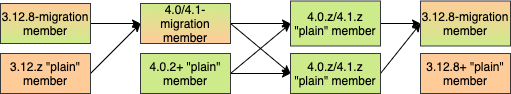
hazelcast/hazelcast-reference-manual keeps this draw.io diagram as src/docs/asciidoc/images/migration-scenario4.png. Above is the earlier version. Source tidied: cells renumbered, new cells last; positions are measured from the earlier drawing's top-left corner, leaving out a move shared by most shapes. The source it was exported from:
```xml
<mxGraphModel>
  <root>
    <mxCell id="0" />
    <mxCell id="1" parent="0" />
    <mxCell id="2" style="edgeStyle=none;rounded=0;jettySize=auto;html=1;exitX=1;exitY=0.5;exitDx=0;exitDy=0;entryX=0;entryY=0.5;entryDx=0;entryDy=0;startArrow=none;startFill=0;" parent="1" edge="1" source="4" target="13">
      <mxGeometry relative="1" as="geometry" />
    </mxCell>
    <mxCell id="3" style="edgeStyle=none;rounded=0;jettySize=auto;html=1;exitX=1;exitY=0.5;exitDx=0;exitDy=0;entryX=0;entryY=0.5;entryDx=0;entryDy=0;startArrow=none;startFill=0;" parent="1" edge="1" source="4" target="15">
      <mxGeometry relative="1" as="geometry" />
    </mxCell>
    <mxCell id="4" value="4.0/4.1-migration member" style="rounded=0;whiteSpace=wrap;html=1;fillColor=#cdeb8b;strokeColor=#36393d;shadow=0;glass=0;comic=0;gradientColor=#FFCC99;" parent="1" vertex="1">
      <mxGeometry x="140" y="2" width="90" height="40" as="geometry" />
    </mxCell>
    <mxCell id="5" style="edgeStyle=none;rounded=0;jettySize=auto;html=1;exitX=1;exitY=0.5;exitDx=0;exitDy=0;entryX=0;entryY=0.5;entryDx=0;entryDy=0;startArrow=none;startFill=0;" parent="1" edge="1" source="6" target="4">
      <mxGeometry relative="1" as="geometry" />
    </mxCell>
    <mxCell id="6" value="3.12.8-migration member" style="rounded=0;whiteSpace=wrap;html=1;fillColor=#ffcc99;strokeColor=#36393d;gradientColor=#CDEB8B;" parent="1" vertex="1">
      <mxGeometry y="2" width="90" height="40" as="geometry" />
    </mxCell>
    <mxCell id="7" style="edgeStyle=none;rounded=0;jettySize=auto;html=1;exitX=1;exitY=0.5;exitDx=0;exitDy=0;entryX=0;entryY=0.5;entryDx=0;entryDy=0;startArrow=none;startFill=0;" parent="1" edge="1" source="9" target="13">
      <mxGeometry relative="1" as="geometry" />
    </mxCell>
    <mxCell id="8" style="edgeStyle=none;rounded=0;jettySize=auto;html=1;exitX=1;exitY=0.5;exitDx=0;exitDy=0;startArrow=none;startFill=0;" parent="1" edge="1" source="9" target="15">
      <mxGeometry relative="1" as="geometry" />
    </mxCell>
    <mxCell id="9" value="4.0.2+ &quot;plain&quot; member" style="rounded=0;whiteSpace=wrap;html=1;fillColor=#cdeb8b;strokeColor=#36393d;shadow=0;glass=0;comic=0;gradientColor=none;" parent="1" vertex="1">
      <mxGeometry x="140" y="52" width="90" height="40" as="geometry" />
    </mxCell>
    <mxCell id="10" style="edgeStyle=none;rounded=0;jettySize=auto;html=1;exitX=1;exitY=0.5;exitDx=0;exitDy=0;entryX=0;entryY=0.5;entryDx=0;entryDy=0;startArrow=none;startFill=0;" parent="1" edge="1" source="11" target="4">
      <mxGeometry relative="1" as="geometry" />
    </mxCell>
    <mxCell id="11" value="3.12.z &quot;plain&quot; member" style="rounded=0;whiteSpace=wrap;html=1;fillColor=#ffcc99;strokeColor=#36393d;gradientColor=none;" parent="1" vertex="1">
      <mxGeometry y="52" width="90" height="40" as="geometry" />
    </mxCell>
    <mxCell id="12" style="edgeStyle=none;rounded=0;jettySize=auto;html=1;exitX=1;exitY=0.5;exitDx=0;exitDy=0;entryX=0;entryY=0.5;entryDx=0;entryDy=0;" parent="1" edge="1" source="13" target="17">
      <mxGeometry relative="1" as="geometry" />
    </mxCell>
    <mxCell id="13" value="4.0.z/4.1.z &quot;plain&quot; member" style="rounded=0;whiteSpace=wrap;html=1;fillColor=#cdeb8b;strokeColor=#36393d;shadow=0;glass=0;comic=0;gradientColor=none;" parent="1" vertex="1">
      <mxGeometry x="290" y="-0.5" width="90" height="45" as="geometry" />
    </mxCell>
    <mxCell id="14" style="edgeStyle=none;rounded=0;jettySize=auto;html=1;exitX=1;exitY=0.5;exitDx=0;exitDy=0;entryX=0;entryY=0.5;entryDx=0;entryDy=0;startArrow=none;startFill=0;" parent="1" edge="1" source="15" target="17">
      <mxGeometry relative="1" as="geometry" />
    </mxCell>
    <mxCell id="15" value="4.0.z/4.1.z &quot;plain&quot; member" style="rounded=0;whiteSpace=wrap;html=1;fillColor=#cdeb8b;strokeColor=#36393d;shadow=0;glass=0;comic=0;gradientColor=none;" parent="1" vertex="1">
      <mxGeometry x="290" y="52" width="90" height="40" as="geometry" />
    </mxCell>
    <mxCell id="16" value="3.12.8+ &quot;plain&quot; member" style="rounded=0;whiteSpace=wrap;html=1;fillColor=#ffcc99;strokeColor=#36393d;gradientColor=none;" parent="1" vertex="1">
      <mxGeometry x="420" y="52" width="90" height="40" as="geometry" />
    </mxCell>
    <mxCell id="17" value="3.12.8-migration member" style="rounded=0;whiteSpace=wrap;html=1;fillColor=#ffcc99;strokeColor=#36393d;gradientColor=#CDEB8B;" parent="1" vertex="1">
      <mxGeometry x="420" y="-0.5" width="90" height="45" as="geometry" />
    </mxCell>
  </root>
</mxGraphModel>
```
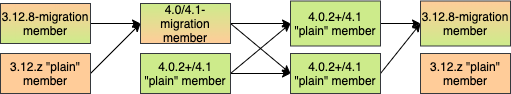
After the commit.

Commit message:
Minor changes on restrictions of migration tool

Diff of the diagram source:
```diff
@@ -23,7 +23,7 @@
     <mxCell id="8" style="edgeStyle=none;rounded=0;jettySize=auto;html=1;exitX=1;exitY=0.5;exitDx=0;exitDy=0;startArrow=none;startFill=0;" parent="1" edge="1" source="9" target="15">
       <mxGeometry relative="1" as="geometry" />
     </mxCell>
-    <mxCell id="9" value="4.0.2+ &quot;plain&quot; member" style="rounded=0;whiteSpace=wrap;html=1;fillColor=#cdeb8b;strokeColor=#36393d;shadow=0;glass=0;comic=0;gradientColor=none;" parent="1" vertex="1">
+    <mxCell id="9" value="4.0.2+/4.1 &quot;plain&quot; member" style="rounded=0;whiteSpace=wrap;html=1;fillColor=#cdeb8b;strokeColor=#36393d;shadow=0;glass=0;comic=0;gradientColor=none;" parent="1" vertex="1">
       <mxGeometry x="140" y="52" width="90" height="40" as="geometry" />
     </mxCell>
     <mxCell id="10" style="edgeStyle=none;rounded=0;jettySize=auto;html=1;exitX=1;exitY=0.5;exitDx=0;exitDy=0;entryX=0;entryY=0.5;entryDx=0;entryDy=0;startArrow=none;startFill=0;" parent="1" edge="1" source="11" target="4">
@@ -35,16 +35,16 @@
     <mxCell id="12" style="edgeStyle=none;rounded=0;jettySize=auto;html=1;exitX=1;exitY=0.5;exitDx=0;exitDy=0;entryX=0;entryY=0.5;entryDx=0;entryDy=0;" parent="1" edge="1" source="13" target="17">
       <mxGeometry relative="1" as="geometry" />
     </mxCell>
-    <mxCell id="13" value="4.0.z/4.1.z &quot;plain&quot; member" style="rounded=0;whiteSpace=wrap;html=1;fillColor=#cdeb8b;strokeColor=#36393d;shadow=0;glass=0;comic=0;gradientColor=none;" parent="1" vertex="1">
+    <mxCell id="13" value="4.0.2+/4.1 &quot;plain&quot; member" style="rounded=0;whiteSpace=wrap;html=1;fillColor=#cdeb8b;strokeColor=#36393d;shadow=0;glass=0;comic=0;gradientColor=none;" parent="1" vertex="1">
       <mxGeometry x="290" y="-0.5" width="90" height="45" as="geometry" />
     </mxCell>
     <mxCell id="14" style="edgeStyle=none;rounded=0;jettySize=auto;html=1;exitX=1;exitY=0.5;exitDx=0;exitDy=0;entryX=0;entryY=0.5;entryDx=0;entryDy=0;startArrow=none;startFill=0;" parent="1" edge="1" source="15" target="17">
       <mxGeometry relative="1" as="geometry" />
     </mxCell>
-    <mxCell id="15" value="4.0.z/4.1.z &quot;plain&quot; member" style="rounded=0;whiteSpace=wrap;html=1;fillColor=#cdeb8b;strokeColor=#36393d;shadow=0;glass=0;comic=0;gradientColor=none;" parent="1" vertex="1">
+    <mxCell id="15" value="4.0.2+/4.1 &quot;plain&quot; member" style="rounded=0;whiteSpace=wrap;html=1;fillColor=#cdeb8b;strokeColor=#36393d;shadow=0;glass=0;comic=0;gradientColor=none;" parent="1" vertex="1">
       <mxGeometry x="290" y="52" width="90" height="40" as="geometry" />
     </mxCell>
-    <mxCell id="16" value="3.12.8+ &quot;plain&quot; member" style="rounded=0;whiteSpace=wrap;html=1;fillColor=#ffcc99;strokeColor=#36393d;gradientColor=none;" parent="1" vertex="1">
+    <mxCell id="16" value="3.12.z &quot;plain&quot; member" style="rounded=0;whiteSpace=wrap;html=1;fillColor=#ffcc99;strokeColor=#36393d;gradientColor=none;" parent="1" vertex="1">
       <mxGeometry x="420" y="52" width="90" height="40" as="geometry" />
     </mxCell>
     <mxCell id="17" value="3.12.8-migration member" style="rounded=0;whiteSpace=wrap;html=1;fillColor=#ffcc99;strokeColor=#36393d;gradientColor=#CDEB8B;" parent="1" vertex="1">
```
